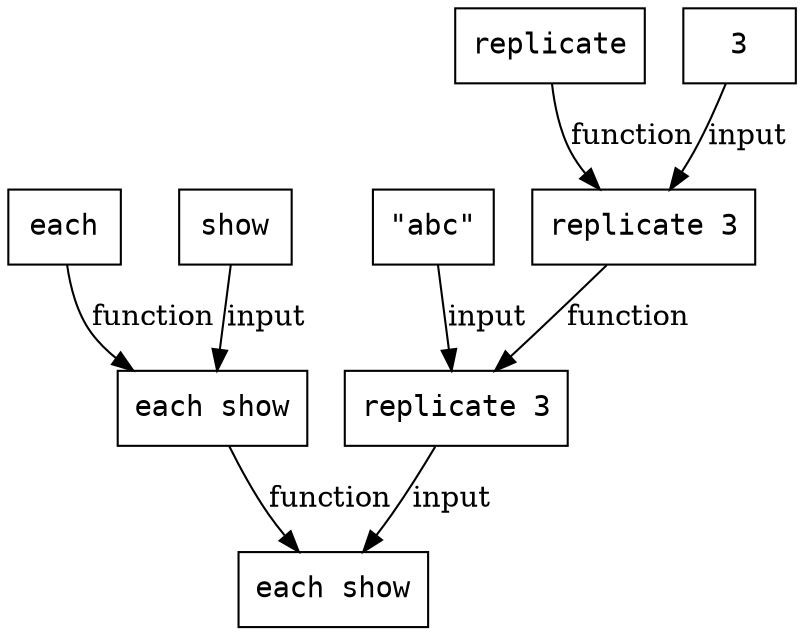
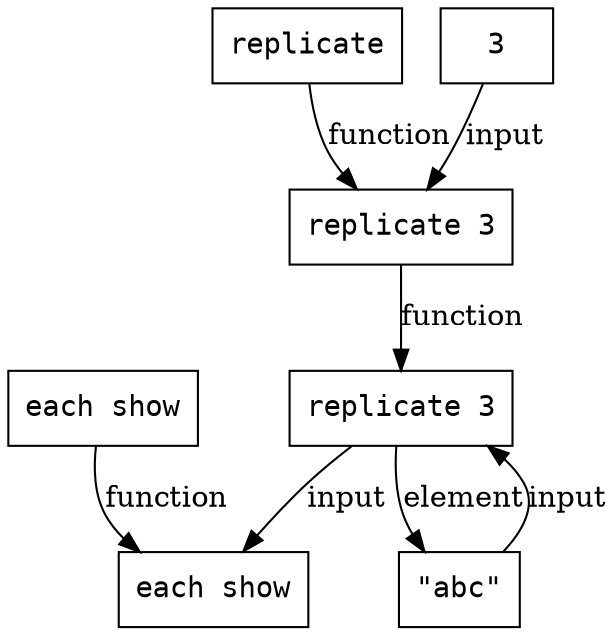
digraph G {
  node [shape=box, fontname=monospace]
  node_2_4 [label="each show"]
  node_2_6 [label="each show"]
-   node_2_7 [label="each"]
-   node_2_8 [label="show"]
  node_2_9 [label="replicate 3"]
  node_2_10 [label="\"abc\""]
  node_2_11 [label="replicate 3"]
  node_2_12 [label="replicate"]
  node_2_13 [label="3"]
  node_2_6 -> node_2_4 [label="function"]
-   node_2_7 -> node_2_6 [label="function"]
-   node_2_8 -> node_2_6 [label="input"]
  node_2_9 -> node_2_4 [label="input"]
+   node_2_9 -> node_2_10 [label="element"]
  node_2_10 -> node_2_9 [label="input"]
  node_2_11 -> node_2_9 [label="function"]
  node_2_12 -> node_2_11 [label="function"]
  node_2_13 -> node_2_11 [label="input"]
}
